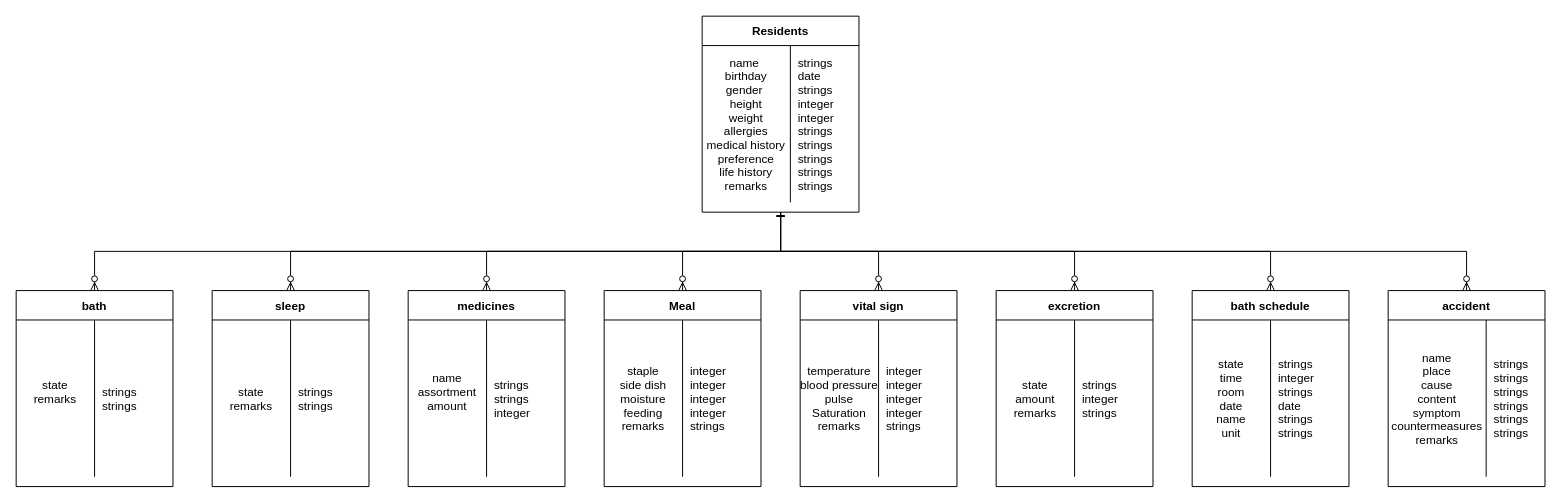
This is ERDiagram.drawio from daiki-nishimura/architecture, a draw.io file, before an edit. Source tidied: cells renumbered, new cells numbered last; positions are measured from the earlier drawing's top-left corner, leaving out a move shared by most shapes. Both pictures are drawn from the tidied source at 98%, with x=0, y=0 at pixel (16, 16).
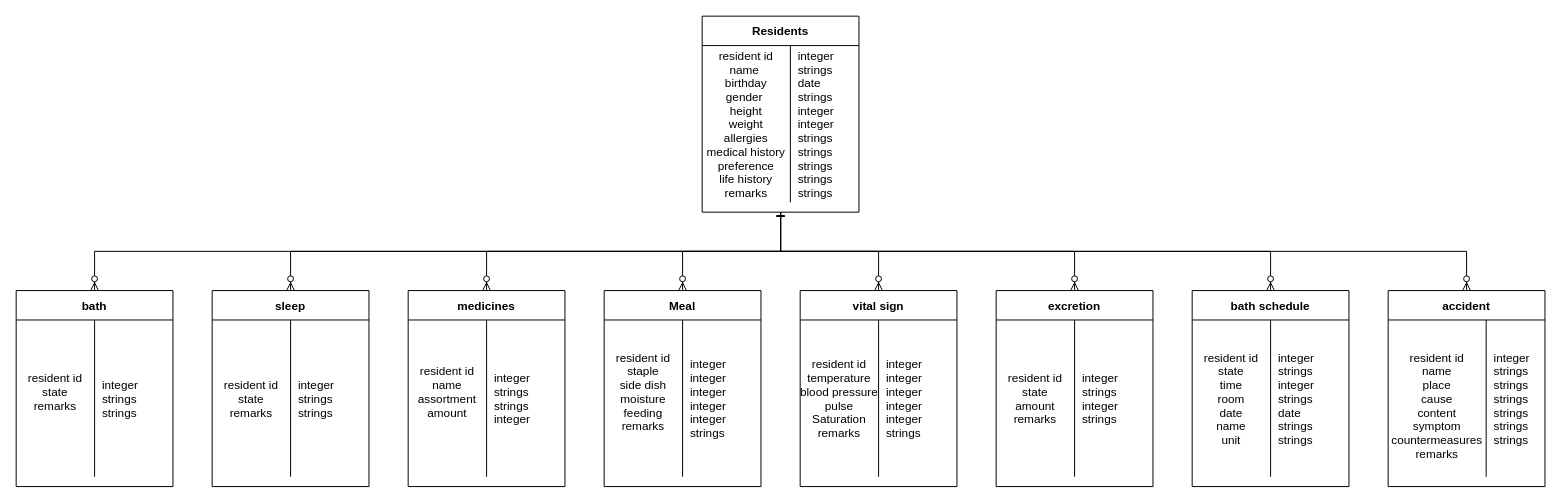
The same page after the edit.

Unchanged cells that the change refers to:
```xml
<mxCell id="11" style="shape=partialRectangle;fillColor=none;top=0;left=0;right=0;bottom=0;" parent="10" vertex="1">
  <mxGeometry y="30" width="160" height="160" as="geometry" />
</mxCell>
<mxCell id="15" style="shape=partialRectangle;fillColor=none;top=0;left=0;right=0;bottom=0;" parent="14" vertex="1">
  <mxGeometry y="30" width="160" height="160" as="geometry" />
</mxCell>
<mxCell id="19" style="shape=partialRectangle;fillColor=none;top=0;left=0;right=0;bottom=0;" parent="18" vertex="1">
  <mxGeometry y="30" width="160" height="160" as="geometry" />
</mxCell>
<mxCell id="23" style="shape=partialRectangle;fillColor=none;top=0;left=0;right=0;bottom=0;" parent="22" vertex="1">
  <mxGeometry y="30" width="160" height="160" as="geometry" />
</mxCell>
<mxCell id="27" style="shape=partialRectangle;fillColor=none;top=0;left=0;right=0;bottom=0;" parent="26" vertex="1">
  <mxGeometry y="30" width="160" height="160" as="geometry" />
</mxCell>
<mxCell id="31" style="shape=partialRectangle;fillColor=none;top=0;left=0;right=0;bottom=0;" parent="30" vertex="1">
  <mxGeometry y="30" width="160" height="160" as="geometry" />
</mxCell>
<mxCell id="35" style="shape=partialRectangle;fillColor=none;top=0;left=0;right=0;bottom=0;" parent="34" vertex="1">
  <mxGeometry y="30" width="160" height="160" as="geometry" />
</mxCell>
<mxCell id="39" style="shape=partialRectangle;fillColor=none;top=0;left=0;right=0;bottom=0;" parent="38" vertex="1">
  <mxGeometry y="30" width="160" height="160" as="geometry" />
</mxCell>
<mxCell id="43" style="shape=partialRectangle;fillColor=none;top=0;left=0;right=0;bottom=0;" parent="42" vertex="1">
  <mxGeometry y="30" width="160" height="160" as="geometry" />
</mxCell>
```

What changed in the source:
```diff
@@
-    <mxCell id="12" value="name &#10;birthday&#10;gender &#10;height&#10;weight&#10;allergies&#10;medical history&#10;preference&#10;life history&#10;remarks" style="shape=partialRectangle;overflow=hidden;fillColor=none;top=0;left=0;bottom=0;right=0;" parent="11" vertex="1">
+    <mxCell id="12" value="resident id&#10;name &#10;birthday&#10;gender &#10;height&#10;weight&#10;allergies&#10;medical history&#10;preference&#10;life history&#10;remarks" style="shape=partialRectangle;overflow=hidden;fillColor=none;top=0;left=0;bottom=0;right=0;" parent="11" vertex="1">
       <mxGeometry width="90" height="160" as="geometry" />
     </mxCell>
-    <mxCell id="13" value="strings&#10;date&#10;strings&#10;integer&#10;integer&#10;strings&#10;strings&#10;strings&#10;strings&#10;strings" style="shape=partialRectangle;overflow=hidden;fillColor=none;top=0;left=0;bottom=0;right=0;align=left;spacingLeft=6;" parent="11" vertex="1">
+    <mxCell id="13" value="integer&#10;strings&#10;date&#10;strings&#10;integer&#10;integer&#10;strings&#10;strings&#10;strings&#10;strings&#10;strings" style="shape=partialRectangle;overflow=hidden;fillColor=none;top=0;left=0;bottom=0;right=0;align=left;spacingLeft=6;" parent="11" vertex="1">
       <mxGeometry x="90" width="70" height="160" as="geometry" />
     </mxCell>
@@
-    <mxCell id="16" value="&#10;staple&#10;side dish&#10;moisture&#10;feeding&#10;remarks&#10;" style="shape=partialRectangle;overflow=hidden;fillColor=none;top=0;left=0;bottom=0;right=0;verticalAlign=middle;" parent="15" vertex="1">
+    <mxCell id="16" value="resident id&#10;staple&#10;side dish&#10;moisture&#10;feeding&#10;remarks&#10;" style="shape=partialRectangle;overflow=hidden;fillColor=none;top=0;left=0;bottom=0;right=0;verticalAlign=middle;" parent="15" vertex="1">
       <mxGeometry width="80" height="160" as="geometry" />
     </mxCell>
-    <mxCell id="17" value="integer&#10;integer&#10;integer&#10;integer&#10;strings" style="shape=partialRectangle;overflow=hidden;fillColor=none;top=0;left=0;bottom=0;right=0;align=left;spacingLeft=6;verticalAlign=middle;" parent="15" vertex="1">
+    <mxCell id="17" value="integer&#10;integer&#10;integer&#10;integer&#10;integer&#10;strings" style="shape=partialRectangle;overflow=hidden;fillColor=none;top=0;left=0;bottom=0;right=0;align=left;spacingLeft=6;verticalAlign=middle;" parent="15" vertex="1">
       <mxGeometry x="80" width="80" height="160" as="geometry" />
     </mxCell>
@@
-    <mxCell id="20" value="state&#10;amount&#10;remarks" style="shape=partialRectangle;overflow=hidden;fillColor=none;top=0;left=0;bottom=0;right=0;" parent="19" vertex="1">
+    <mxCell id="20" value="resident id&#10;state&#10;amount&#10;remarks" style="shape=partialRectangle;overflow=hidden;fillColor=none;top=0;left=0;bottom=0;right=0;" parent="19" vertex="1">
       <mxGeometry width="80" height="160" as="geometry" />
     </mxCell>
-    <mxCell id="21" value="strings&#10;integer&#10;strings" style="shape=partialRectangle;overflow=hidden;fillColor=none;top=0;left=0;bottom=0;right=0;align=left;spacingLeft=6;" parent="19" vertex="1">
+    <mxCell id="21" value="integer&#10;strings&#10;integer&#10;strings" style="shape=partialRectangle;overflow=hidden;fillColor=none;top=0;left=0;bottom=0;right=0;align=left;spacingLeft=6;" parent="19" vertex="1">
       <mxGeometry x="80" width="80" height="160" as="geometry" />
     </mxCell>
@@
-    <mxCell id="24" value="name&#10; assortment &#10;amount&#10;" style="shape=partialRectangle;overflow=hidden;fillColor=none;top=0;left=0;bottom=0;right=0;" parent="23" vertex="1">
+    <mxCell id="24" value="resident id&#10;name&#10; assortment &#10;amount&#10;" style="shape=partialRectangle;overflow=hidden;fillColor=none;top=0;left=0;bottom=0;right=0;" parent="23" vertex="1">
       <mxGeometry width="80" height="160" as="geometry" />
     </mxCell>
-    <mxCell id="25" value="strings&#10;strings&#10;integer" style="shape=partialRectangle;overflow=hidden;fillColor=none;top=0;left=0;bottom=0;right=0;align=left;spacingLeft=6;" parent="23" vertex="1">
+    <mxCell id="25" value="integer&#10;strings&#10;strings&#10;integer" style="shape=partialRectangle;overflow=hidden;fillColor=none;top=0;left=0;bottom=0;right=0;align=left;spacingLeft=6;" parent="23" vertex="1">
       <mxGeometry x="80" width="80" height="160" as="geometry" />
     </mxCell>
@@
-    <mxCell id="28" value="temperature&#10;blood pressure&#10;pulse&#10;Saturation&#10;remarks" style="shape=partialRectangle;overflow=hidden;fillColor=none;top=0;left=0;bottom=0;right=0;" parent="27" vertex="1">
+    <mxCell id="28" value="resident id&#10;temperature&#10;blood pressure&#10;pulse&#10;Saturation&#10;remarks" style="shape=partialRectangle;overflow=hidden;fillColor=none;top=0;left=0;bottom=0;right=0;" parent="27" vertex="1">
       <mxGeometry width="80" height="160" as="geometry" />
     </mxCell>
-    <mxCell id="29" value="integer&#10;integer&#10;integer&#10;integer&#10;strings" style="shape=partialRectangle;overflow=hidden;fillColor=none;top=0;left=0;bottom=0;right=0;align=left;spacingLeft=6;" parent="27" vertex="1">
+    <mxCell id="29" value="integer&#10;integer&#10;integer&#10;integer&#10;integer&#10;strings" style="shape=partialRectangle;overflow=hidden;fillColor=none;top=0;left=0;bottom=0;right=0;align=left;spacingLeft=6;" parent="27" vertex="1">
       <mxGeometry x="80" width="80" height="160" as="geometry" />
     </mxCell>
@@
-    <mxCell id="32" value="state&#10;remarks" style="shape=partialRectangle;overflow=hidden;fillColor=none;top=0;left=0;bottom=0;right=0;" parent="31" vertex="1">
+    <mxCell id="32" value="resident id&#10;state&#10;remarks" style="shape=partialRectangle;overflow=hidden;fillColor=none;top=0;left=0;bottom=0;right=0;" parent="31" vertex="1">
       <mxGeometry width="80" height="160" as="geometry" />
     </mxCell>
-    <mxCell id="33" value="strings&#10;strings" style="shape=partialRectangle;overflow=hidden;fillColor=none;top=0;left=0;bottom=0;right=0;align=left;spacingLeft=6;" parent="31" vertex="1">
+    <mxCell id="33" value="integer&#10;strings&#10;strings" style="shape=partialRectangle;overflow=hidden;fillColor=none;top=0;left=0;bottom=0;right=0;align=left;spacingLeft=6;" parent="31" vertex="1">
       <mxGeometry x="80" width="80" height="160" as="geometry" />
     </mxCell>
@@
-    <mxCell id="36" value="state&#10;remarks&#10;" style="shape=partialRectangle;overflow=hidden;fillColor=none;top=0;left=0;bottom=0;right=0;" parent="35" vertex="1">
+    <mxCell id="36" value="resident id&#10;state&#10;remarks&#10;" style="shape=partialRectangle;overflow=hidden;fillColor=none;top=0;left=0;bottom=0;right=0;" parent="35" vertex="1">
       <mxGeometry width="80" height="160" as="geometry" />
     </mxCell>
-    <mxCell id="37" value="strings&#10;strings" style="shape=partialRectangle;overflow=hidden;fillColor=none;top=0;left=0;bottom=0;right=0;align=left;spacingLeft=6;" parent="35" vertex="1">
+    <mxCell id="37" value="integer&#10;strings&#10;strings" style="shape=partialRectangle;overflow=hidden;fillColor=none;top=0;left=0;bottom=0;right=0;align=left;spacingLeft=6;" parent="35" vertex="1">
       <mxGeometry x="80" width="80" height="160" as="geometry" />
     </mxCell>
@@
-    <mxCell id="40" value="state&#10;time&#10;room&#10;date&#10;name&#10;unit" style="shape=partialRectangle;overflow=hidden;fillColor=none;top=0;left=0;bottom=0;right=0;" parent="39" vertex="1">
+    <mxCell id="40" value="resident id&#10;state&#10;time&#10;room&#10;date&#10;name&#10;unit" style="shape=partialRectangle;overflow=hidden;fillColor=none;top=0;left=0;bottom=0;right=0;" parent="39" vertex="1">
       <mxGeometry width="80" height="160" as="geometry" />
     </mxCell>
-    <mxCell id="41" value="strings&#10;integer&#10;strings&#10;date&#10;strings&#10;strings" style="shape=partialRectangle;overflow=hidden;fillColor=none;top=0;left=0;bottom=0;right=0;align=left;spacingLeft=6;" parent="39" vertex="1">
+    <mxCell id="41" value="integer&#10;strings&#10;integer&#10;strings&#10;date&#10;strings&#10;strings" style="shape=partialRectangle;overflow=hidden;fillColor=none;top=0;left=0;bottom=0;right=0;align=left;spacingLeft=6;" parent="39" vertex="1">
       <mxGeometry x="80" width="80" height="160" as="geometry" />
     </mxCell>
@@
-    <mxCell id="44" value="name&#10;place&#10;cause&#10;content&#10;symptom&#10;countermeasures&#10;remarks" style="shape=partialRectangle;overflow=hidden;fillColor=none;top=0;left=0;bottom=0;right=0;" parent="43" vertex="1">
+    <mxCell id="44" value="&#10;resident id&#10;name&#10;place&#10;cause&#10;content&#10;symptom&#10;countermeasures&#10;remarks" style="shape=partialRectangle;overflow=hidden;fillColor=none;top=0;left=0;bottom=0;right=0;" parent="43" vertex="1">
       <mxGeometry width="100" height="160" as="geometry" />
     </mxCell>
-    <mxCell id="45" value="strings&#10;strings&#10;strings&#10;strings&#10;strings&#10;strings" style="shape=partialRectangle;overflow=hidden;fillColor=none;top=0;left=0;bottom=0;right=0;align=left;spacingLeft=6;" parent="43" vertex="1">
+    <mxCell id="45" value="integer&#10;strings&#10;strings&#10;strings&#10;strings&#10;strings&#10;strings" style="shape=partialRectangle;overflow=hidden;fillColor=none;top=0;left=0;bottom=0;right=0;align=left;spacingLeft=6;" parent="43" vertex="1">
       <mxGeometry x="100" width="60" height="160" as="geometry" />
     </mxCell>
```
